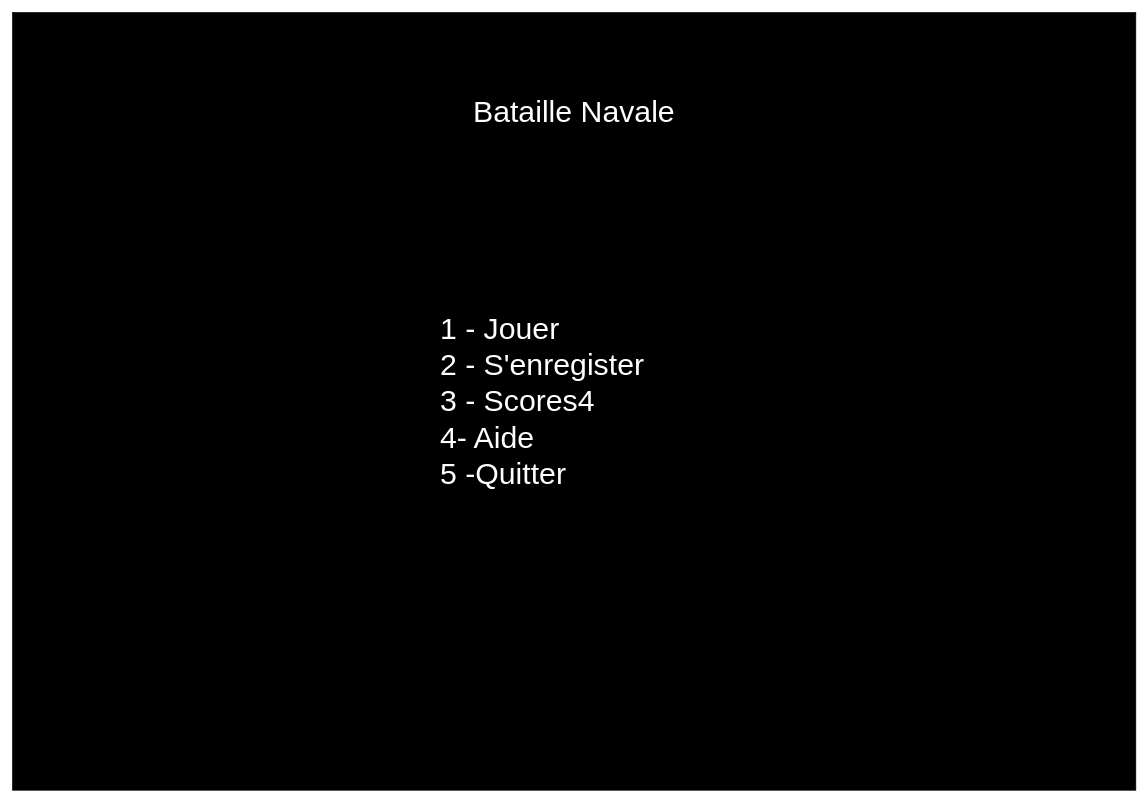
Above: page "Menu" (1 of 5) of Maquette - Bataille Navale_YF.drawio in YFanha/Bataille-Navale (draw.io), before the change. Source tidied: cells renumbered, new cells numbered last; positions are measured from the earlier drawing's top-left corner, leaving out a move shared by most shapes. Both pictures are drawn from the tidied source at 72%, with x=0, y=0 at pixel (12, 12).
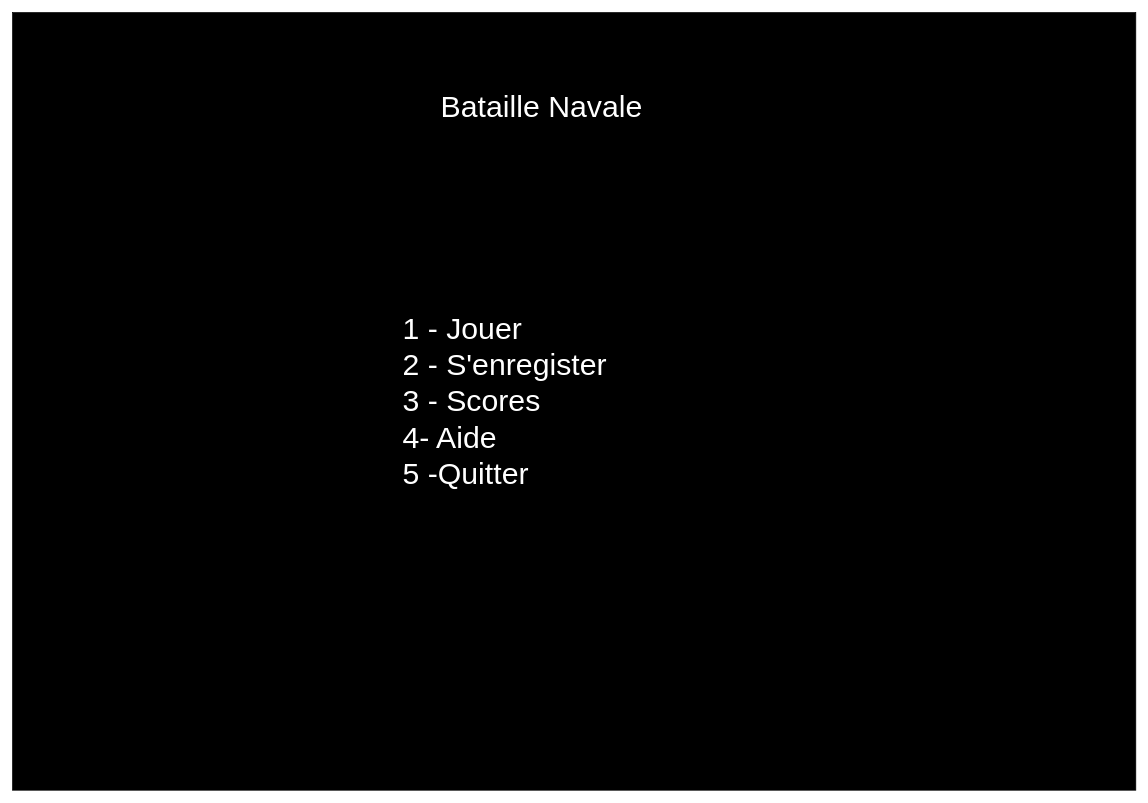
Above is the later version.

The edit, as a diff of the source:
```diff
@@
 <mxGraphModel>
   <root>
     <mxCell id="0" />
     <mxCell id="1" parent="0" />
     <mxCell id="2" style="group;" parent="1" vertex="1">
       <mxGeometry width="1560" height="1080" as="geometry" />
     </mxCell>
     <mxCell id="3" style="rounded=0;whiteSpace=wrap;html=1;strokeColor=#000000;fillColor=#000000;" parent="2" vertex="1">
       <mxGeometry width="1560" height="1080" as="geometry" />
     </mxCell>
     <mxCell id="4" value="&lt;font style=&quot;font-size: 42px&quot; color=&quot;#ffffff&quot;&gt;Bataille Navale&lt;/font&gt;" style="text;html=1;strokeColor=none;fillColor=none;align=center;verticalAlign=middle;whiteSpace=wrap;rounded=0;" parent="2" vertex="1">
-      <mxGeometry x="448.2" y="87.7" width="663.6" height="101.3" as="geometry" />
+      <mxGeometry x="403.2" y="80" width="663.6" height="101.3" as="geometry" />
     </mxCell>
-    <mxCell id="5" value="&lt;font style=&quot;font-size: 42px&quot; color=&quot;#ffffff&quot;&gt;1 - Jouer&lt;br&gt;2 - S'enregister&lt;br&gt;3 - Scores4&amp;nbsp;&lt;br&gt;4- Aide&lt;br&gt;5 -Quitter&lt;/font&gt;" style="text;html=1;strokeColor=none;fillColor=none;align=left;verticalAlign=middle;whiteSpace=wrap;rounded=0;" parent="2" vertex="1">
-      <mxGeometry x="592" y="270" width="390" height="540" as="geometry" />
+    <mxCell id="5" value="&lt;font style=&quot;font-size: 42px&quot; color=&quot;#ffffff&quot;&gt;1 - Jouer&lt;br&gt;2 - S'enregister&lt;br&gt;3 - Scores&lt;br&gt;4- Aide&lt;br&gt;5 -Quitter&lt;/font&gt;" style="text;html=1;strokeColor=none;fillColor=none;align=left;verticalAlign=middle;whiteSpace=wrap;rounded=0;" parent="2" vertex="1">
+      <mxGeometry x="540" y="270" width="390" height="540" as="geometry" />
     </mxCell>
   </root>
 </mxGraphModel>
```
